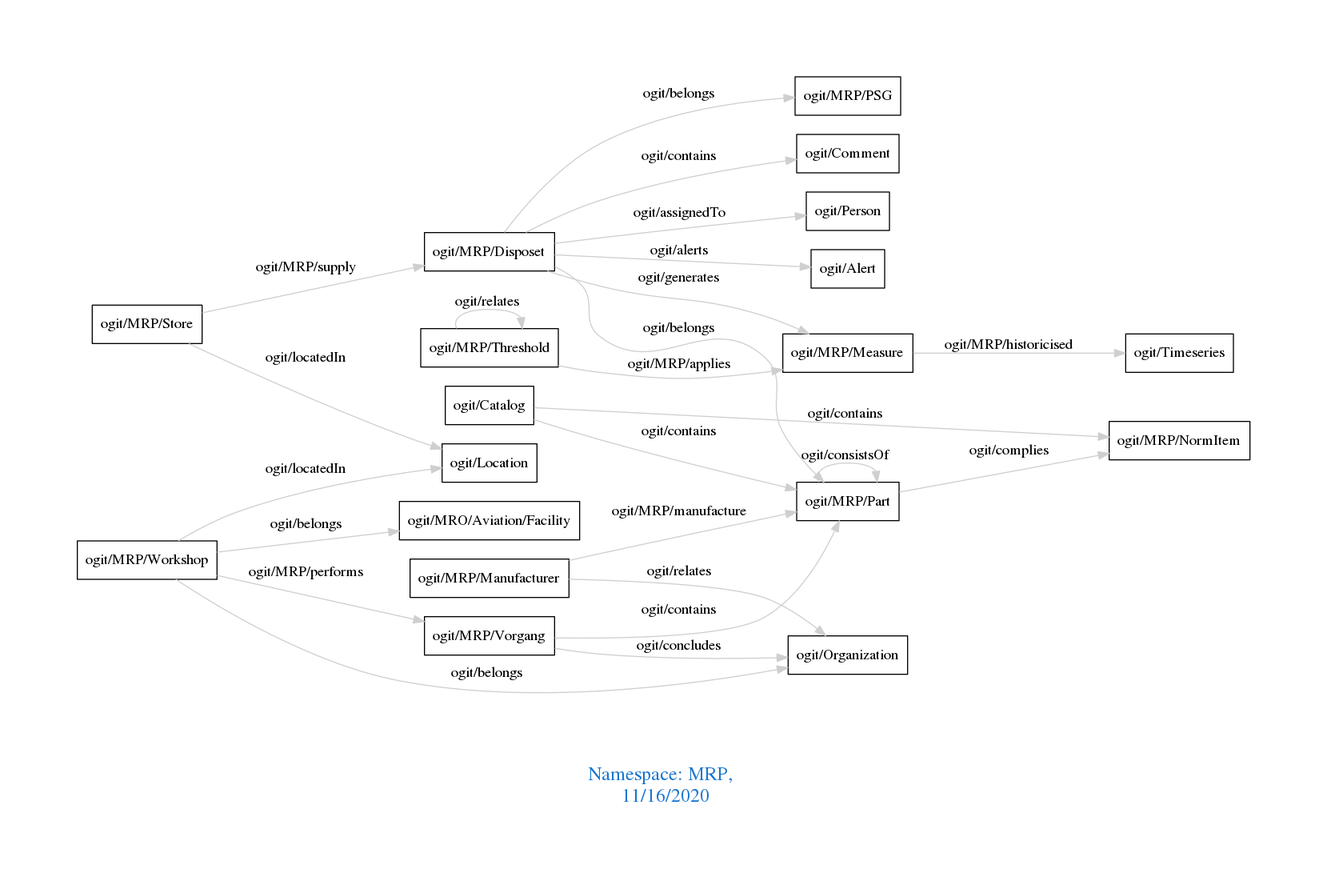
Above: downloads/MRP.png in arago/OGIT (Graphviz), before the change. Its source is kept beside it as downloads/MRP.dot.
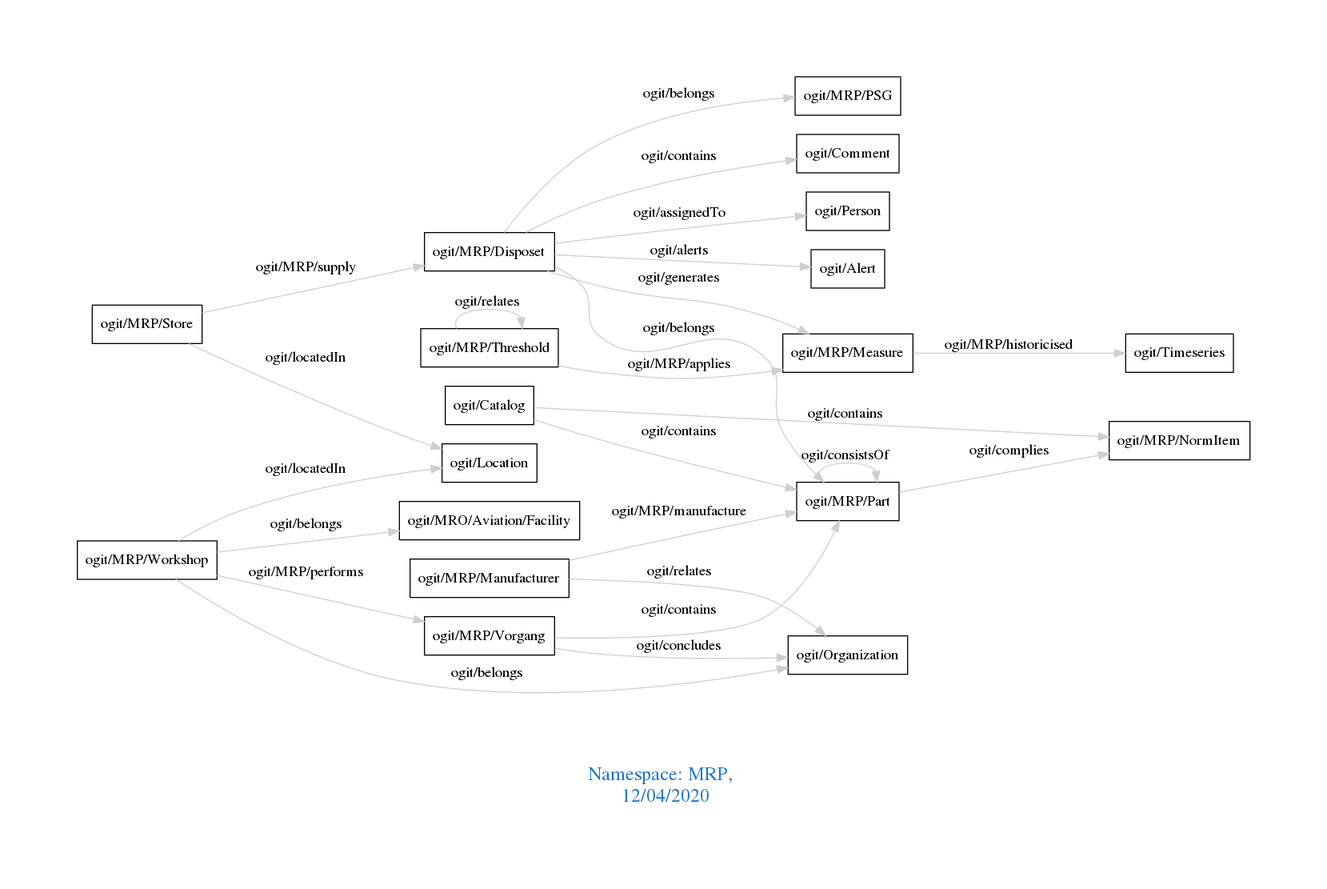
Above is the later version.

Diff of the diagram source:
```diff
@@ -1,7 +1,7 @@
 digraph OGIT_ontology {
  graph [ rankdir= LR,pad=1
 fontsize = 18,
-fontcolor= dodgerblue3,label = "\n\n\nNamespace: MRP, \n 11/16/2020"];
+fontcolor= dodgerblue3,label = "\n\n\nNamespace: MRP, \n 12/04/2020"];
 node[shape=polygon];
 edge [  color="gray81"];
 
```
